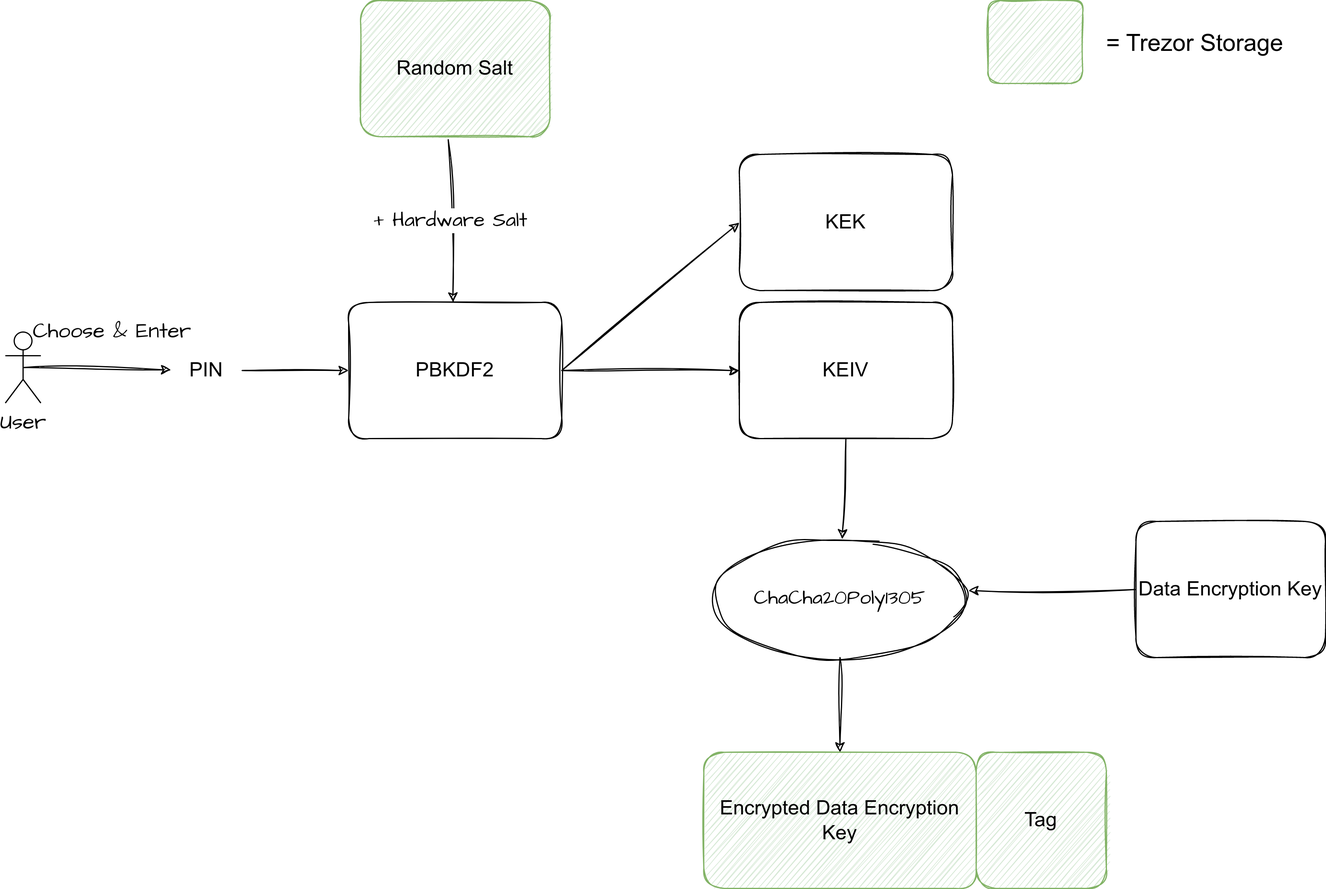
This is assets/article/blockchain/wallet/trezor/trezor-encryption-pin.drawio.png from rya-sge/access-denied, a draw.io export, as it was before one commit. Source tidied: cells renumbered, new cells last; positions are measured from the earlier drawing's top-left corner, leaving out a move shared by most shapes.
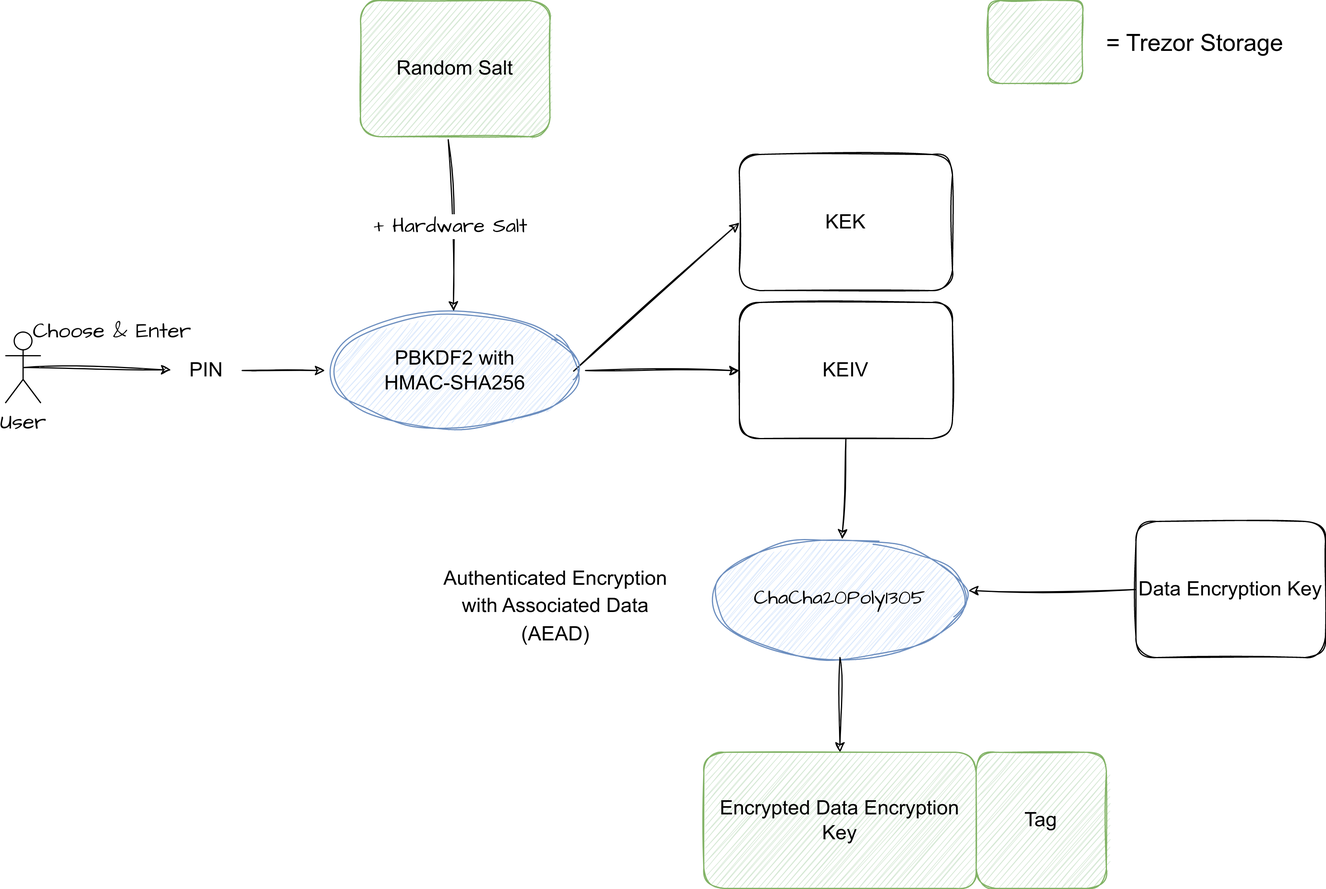
The same file after the commit.

What changed in the source:
```diff
@@ -5,10 +5,7 @@
     <mxCell id="2" value="PIN" style="text;html=1;strokeColor=none;fillColor=none;align=center;verticalAlign=middle;whiteSpace=wrap;rounded=0;sketch=1;fontSize=17;" parent="1" vertex="1">
       <mxGeometry x="140" y="297.5" width="60" height="30" as="geometry" />
     </mxCell>
-    <mxCell id="3" value="PBKDF2" style="rounded=1;whiteSpace=wrap;html=1;sketch=1;fontSize=17;" parent="1" vertex="1">
-      <mxGeometry x="290" y="255" width="180" height="115" as="geometry" />
-    </mxCell>
-    <mxCell id="4" style="endArrow=classic;html=1;rounded=0;entryX=0;entryY=0.5;entryDx=0;entryDy=0;sketch=1;fontSize=17;" parent="1" edge="1" source="2" target="3">
+    <mxCell id="4" style="endArrow=classic;html=1;rounded=0;entryX=0;entryY=0.5;entryDx=0;entryDy=0;sketch=1;fontSize=17;" parent="1" edge="1" source="2" target="22">
       <mxGeometry relative="1" as="geometry" />
     </mxCell>
     <mxCell id="5" value="KEK" style="rounded=1;whiteSpace=wrap;html=1;sketch=1;fontSize=17;" parent="1" vertex="1">
@@ -26,7 +23,7 @@
     <mxCell id="9" value="Encrypted Data Encryption Key" style="rounded=1;whiteSpace=wrap;html=1;sketch=1;fillColor=#d5e8d4;strokeColor=#82b366;fontSize=17;" parent="1" vertex="1">
       <mxGeometry x="590" y="635" width="230" height="115" as="geometry" />
     </mxCell>
-    <mxCell id="10" value="ChaCha20Poly1305" style="ellipse;whiteSpace=wrap;html=1;sketch=1;hachureGap=4;jiggle=2;fontFamily=Architects Daughter;fontSource=https%3A%2F%2Ffonts.googleapis.com%2Fcss%3Ffamily%3DArchitects%2BDaughter;fontSize=17;" parent="1" vertex="1">
+    <mxCell id="10" value="ChaCha20Poly1305" style="ellipse;whiteSpace=wrap;html=1;sketch=1;hachureGap=4;jiggle=2;fontFamily=Architects Daughter;fontSource=https%3A%2F%2Ffonts.googleapis.com%2Fcss%3Ffamily%3DArchitects%2BDaughter;fontSize=17;fillColor=#dae8fc;strokeColor=#6c8ebf;" parent="1" vertex="1">
       <mxGeometry x="595" y="455" width="220" height="100" as="geometry" />
     </mxCell>
     <mxCell id="11" style="endArrow=classic;html=1;rounded=0;sketch=1;hachureGap=4;jiggle=2;fontFamily=Architects Daughter;fontSource=https%3A%2F%2Ffonts.googleapis.com%2Fcss%3Ffamily%3DArchitects%2BDaughter;fontSize=17;exitX=0.5;exitY=1;exitDx=0;exitDy=0;" parent="1" edge="1" source="6" target="10">
@@ -41,13 +38,15 @@
     <mxCell id="14" value="Tag" style="rounded=1;whiteSpace=wrap;html=1;sketch=1;fillColor=#d5e8d4;strokeColor=#82b366;fontSize=17;" parent="1" vertex="1">
       <mxGeometry x="820" y="635" width="110" height="115" as="geometry" />
     </mxCell>
-    <mxCell id="15" value="+ Hardware Salt" style="endArrow=classic;html=1;rounded=0;sketch=1;hachureGap=4;jiggle=2;fontFamily=Architects Daughter;fontSource=https%3A%2F%2Ffonts.googleapis.com%2Fcss%3Ffamily%3DArchitects%2BDaughter;fontSize=17;exitX=0.463;exitY=1.022;exitDx=0;exitDy=0;exitPerimeter=0;" parent="1" edge="1" source="7" target="3">
+    <mxCell id="15" value="+ Hardware Salt" style="endArrow=classic;html=1;rounded=0;sketch=1;hachureGap=4;jiggle=2;fontFamily=Architects Daughter;fontSource=https%3A%2F%2Ffonts.googleapis.com%2Fcss%3Ffamily%3DArchitects%2BDaughter;fontSize=17;exitX=0.463;exitY=1.022;exitDx=0;exitDy=0;exitPerimeter=0;" parent="1" edge="1" source="7" target="22">
       <mxGeometry relative="1" as="geometry" />
     </mxCell>
-    <mxCell id="16" style="endArrow=classic;html=1;rounded=0;sketch=1;hachureGap=4;jiggle=2;fontFamily=Architects Daughter;fontSource=https%3A%2F%2Ffonts.googleapis.com%2Fcss%3Ffamily%3DArchitects%2BDaughter;fontSize=17;exitX=1;exitY=0.5;exitDx=0;exitDy=0;entryX=0;entryY=0.5;entryDx=0;entryDy=0;" parent="1" edge="1" source="3" target="5">
-      <mxGeometry relative="1" as="geometry" />
+    <mxCell id="16" style="endArrow=classic;html=1;rounded=0;sketch=1;hachureGap=4;jiggle=2;fontFamily=Architects Daughter;fontSource=https%3A%2F%2Ffonts.googleapis.com%2Fcss%3Ffamily%3DArchitects%2BDaughter;fontSize=17;entryX=0;entryY=0.5;entryDx=0;entryDy=0;" parent="1" edge="1" target="5">
+      <mxGeometry relative="1" as="geometry">
+        <mxPoint x="480" y="313" as="sourcePoint" />
+      </mxGeometry>
     </mxCell>
-    <mxCell id="17" style="endArrow=classic;html=1;rounded=0;sketch=1;hachureGap=4;jiggle=2;fontFamily=Architects Daughter;fontSource=https%3A%2F%2Ffonts.googleapis.com%2Fcss%3Ffamily%3DArchitects%2BDaughter;fontSize=17;entryX=0;entryY=0.5;entryDx=0;entryDy=0;" parent="1" edge="1" source="3" target="6">
+    <mxCell id="17" style="endArrow=classic;html=1;rounded=0;sketch=1;hachureGap=4;jiggle=2;fontFamily=Architects Daughter;fontSource=https%3A%2F%2Ffonts.googleapis.com%2Fcss%3Ffamily%3DArchitects%2BDaughter;fontSize=17;entryX=0;entryY=0.5;entryDx=0;entryDy=0;exitX=1;exitY=0.5;exitDx=0;exitDy=0;" parent="1" edge="1" source="22" target="6">
       <mxGeometry relative="1" as="geometry" />
     </mxCell>
     <mxCell id="18" style="rounded=1;whiteSpace=wrap;html=1;sketch=1;fillColor=#d5e8d4;strokeColor=#82b366;fontSize=17;" parent="1" vertex="1">
@@ -62,5 +61,11 @@
     <mxCell id="21" value="Choose &amp;amp; Enter" style="endArrow=classic;html=1;rounded=0;sketch=1;hachureGap=4;jiggle=2;fontFamily=Architects Daughter;fontSource=https%3A%2F%2Ffonts.googleapis.com%2Fcss%3Ffamily%3DArchitects%2BDaughter;fontSize=18;exitX=0.5;exitY=0.5;exitDx=0;exitDy=0;exitPerimeter=0;" parent="1" edge="1" source="20" target="2">
       <mxGeometry x="0.19" y="31" relative="1" as="geometry" />
     </mxCell>
+    <mxCell id="22" value="&lt;span style=&quot;font-family: Helvetica;&quot;&gt;PBKDF2 with&lt;br&gt;HMAC-SHA256&lt;br&gt;&lt;/span&gt;" style="ellipse;whiteSpace=wrap;html=1;sketch=1;hachureGap=4;jiggle=2;fontFamily=Architects Daughter;fontSource=https%3A%2F%2Ffonts.googleapis.com%2Fcss%3Ffamily%3DArchitects%2BDaughter;fontSize=17;fillColor=#dae8fc;strokeColor=#6c8ebf;" parent="1" vertex="1">
+      <mxGeometry x="270" y="262.5" width="220" height="100" as="geometry" />
+    </mxCell>
+    <mxCell id="23" value="&lt;p id=&quot;docs-internal-guid-92251a2b-7fff-bba3-537a-527403bec7fa&quot; style=&quot;line-height: 1.38; margin-top: 14pt; margin-bottom: 4pt; font-size: 17px;&quot; dir=&quot;ltr&quot;&gt;&lt;span style=&quot;font-size: 17px; font-family: Arial, sans-serif; background-color: transparent; font-variant-numeric: normal; font-variant-east-asian: normal; vertical-align: baseline;&quot;&gt;Authenticated Encryption with Associated Data (AEAD)&lt;/span&gt;&lt;/p&gt;" style="text;html=1;strokeColor=none;fillColor=none;align=center;verticalAlign=middle;whiteSpace=wrap;rounded=0;fontSize=17;" parent="1" vertex="1">
+      <mxGeometry x="360" y="490" width="210" height="30" as="geometry" />
+    </mxCell>
   </root>
 </mxGraphModel>
```
